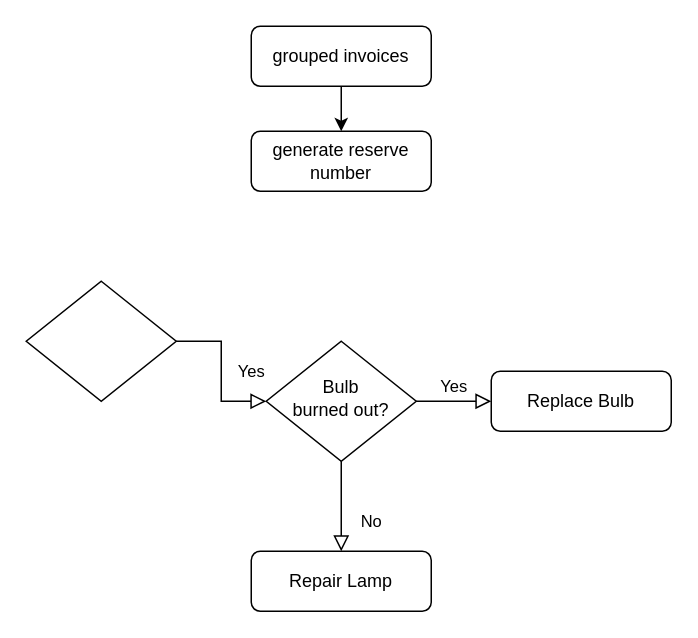
Before: ncc_flow.drawio in yi2003/diagram, a draw.io diagram. Source tidied: cells renumbered, new cells numbered last; positions are measured from the earlier drawing's top-left corner, leaving out a move shared by most shapes. Both pictures are drawn from the tidied source at 150%, with x=0, y=0 at pixel (26, 26).
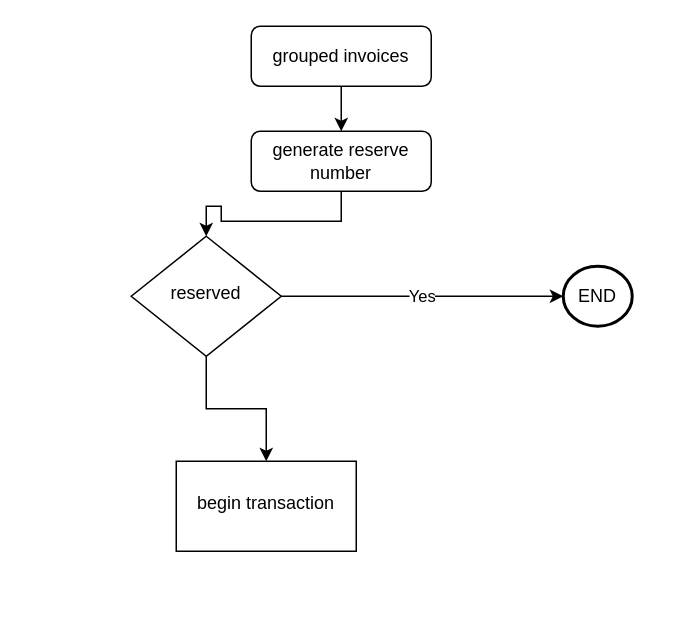
The same diagram, later.

The edit, as a diff of the source:
```diff
@@
 <mxGraphModel>
   <root>
     <mxCell id="0" />
     <mxCell id="1" parent="0" />
     <mxCell id="2" style="edgeStyle=orthogonalEdgeStyle;rounded=0;jettySize=auto;html=1;" parent="1" edge="1" source="3" target="11">
       <mxGeometry relative="1" as="geometry" />
     </mxCell>
     <mxCell id="3" value="grouped invoices" style="rounded=1;whiteSpace=wrap;html=1;fontSize=12;glass=0;strokeWidth=1;shadow=0;" parent="1" vertex="1">
       <mxGeometry x="150" width="120" height="40" as="geometry" />
     </mxCell>
-    <mxCell id="4" value="Yes" style="rounded=0;html=1;jettySize=auto;fontSize=11;endArrow=block;endFill=0;endSize=8;strokeWidth=1;shadow=0;labelBackgroundColor=none;edgeStyle=orthogonalEdgeStyle;" parent="1" edge="1" source="5" target="8">
-      <mxGeometry y="20" relative="1" as="geometry" />
-    </mxCell>
+    <mxCell id="12" value="Yes" style="edgeStyle=orthogonalEdgeStyle;rounded=0;jettySize=auto;html=1;" parent="1" edge="1" source="5" target="15">
+      <mxGeometry relative="1" as="geometry" />
+    </mxCell>
+    <mxCell id="13" style="edgeStyle=orthogonalEdgeStyle;rounded=0;jettySize=auto;html=1;" parent="1" edge="1" source="5" target="16">
+      <mxGeometry relative="1" as="geometry" />
+    </mxCell>
-    <mxCell id="5" style="rhombus;whiteSpace=wrap;html=1;shadow=0;fontFamily=Helvetica;fontSize=12;align=center;strokeWidth=1;spacing=6;spacingTop=-4;" parent="1" vertex="1">
-      <mxGeometry y="170" width="100" height="80" as="geometry" />
+    <mxCell id="5" value="reserved" style="rhombus;whiteSpace=wrap;html=1;shadow=0;fontFamily=Helvetica;fontSize=12;align=center;strokeWidth=1;spacing=6;spacingTop=-4;" parent="1" vertex="1">
+      <mxGeometry x="70" y="140" width="100" height="80" as="geometry" />
     </mxCell>
-    <mxCell id="6" value="No" style="rounded=0;html=1;jettySize=auto;fontSize=11;endArrow=block;endFill=0;endSize=8;strokeWidth=1;shadow=0;labelBackgroundColor=none;edgeStyle=orthogonalEdgeStyle;" parent="1" edge="1" source="8" target="9">
-      <mxGeometry x="0.33" y="20" relative="1" as="geometry" />
-    </mxCell>
-    <mxCell id="7" value="Yes" style="edgeStyle=orthogonalEdgeStyle;rounded=0;html=1;jettySize=auto;fontSize=11;endArrow=block;endFill=0;endSize=8;strokeWidth=1;shadow=0;labelBackgroundColor=none;" parent="1" edge="1" source="8" target="10">
-      <mxGeometry y="10" relative="1" as="geometry" />
-    </mxCell>
-    <mxCell id="8" value="Bulb&lt;br&gt;burned out?" style="rhombus;whiteSpace=wrap;html=1;shadow=0;fontFamily=Helvetica;fontSize=12;align=center;strokeWidth=1;spacing=6;spacingTop=-4;" parent="1" vertex="1">
-      <mxGeometry x="160" y="210" width="100" height="80" as="geometry" />
-    </mxCell>
-    <mxCell id="9" value="Repair Lamp" style="rounded=1;whiteSpace=wrap;html=1;fontSize=12;glass=0;strokeWidth=1;shadow=0;" parent="1" vertex="1">
-      <mxGeometry x="150" y="350" width="120" height="40" as="geometry" />
-    </mxCell>
-    <mxCell id="10" value="Replace Bulb" style="rounded=1;whiteSpace=wrap;html=1;fontSize=12;glass=0;strokeWidth=1;shadow=0;" parent="1" vertex="1">
-      <mxGeometry x="310" y="230" width="120" height="40" as="geometry" />
-    </mxCell>
+    <mxCell id="14" style="edgeStyle=orthogonalEdgeStyle;rounded=0;jettySize=auto;html=1;" parent="1" edge="1" source="11" target="5">
+      <mxGeometry relative="1" as="geometry" />
+    </mxCell>
     <mxCell id="11" value="generate reserve number" style="rounded=1;whiteSpace=wrap;html=1;fontSize=12;glass=0;strokeWidth=1;shadow=0;" parent="1" vertex="1">
       <mxGeometry x="150" y="70" width="120" height="40" as="geometry" />
     </mxCell>
+    <mxCell id="15" value="END" style="strokeWidth=2;html=1;shape=mxgraph.flowchart.start_2;whiteSpace=wrap;" parent="1" vertex="1">
+      <mxGeometry x="358" y="160" width="46" height="40" as="geometry" />
+    </mxCell>
+    <mxCell id="16" value="begin transaction" style="whiteSpace=wrap;html=1;shadow=0;strokeWidth=1;spacing=6;spacingTop=-4;" parent="1" vertex="1">
+      <mxGeometry x="100" y="290" width="120" height="60" as="geometry" />
+    </mxCell>
   </root>
 </mxGraphModel>
```
